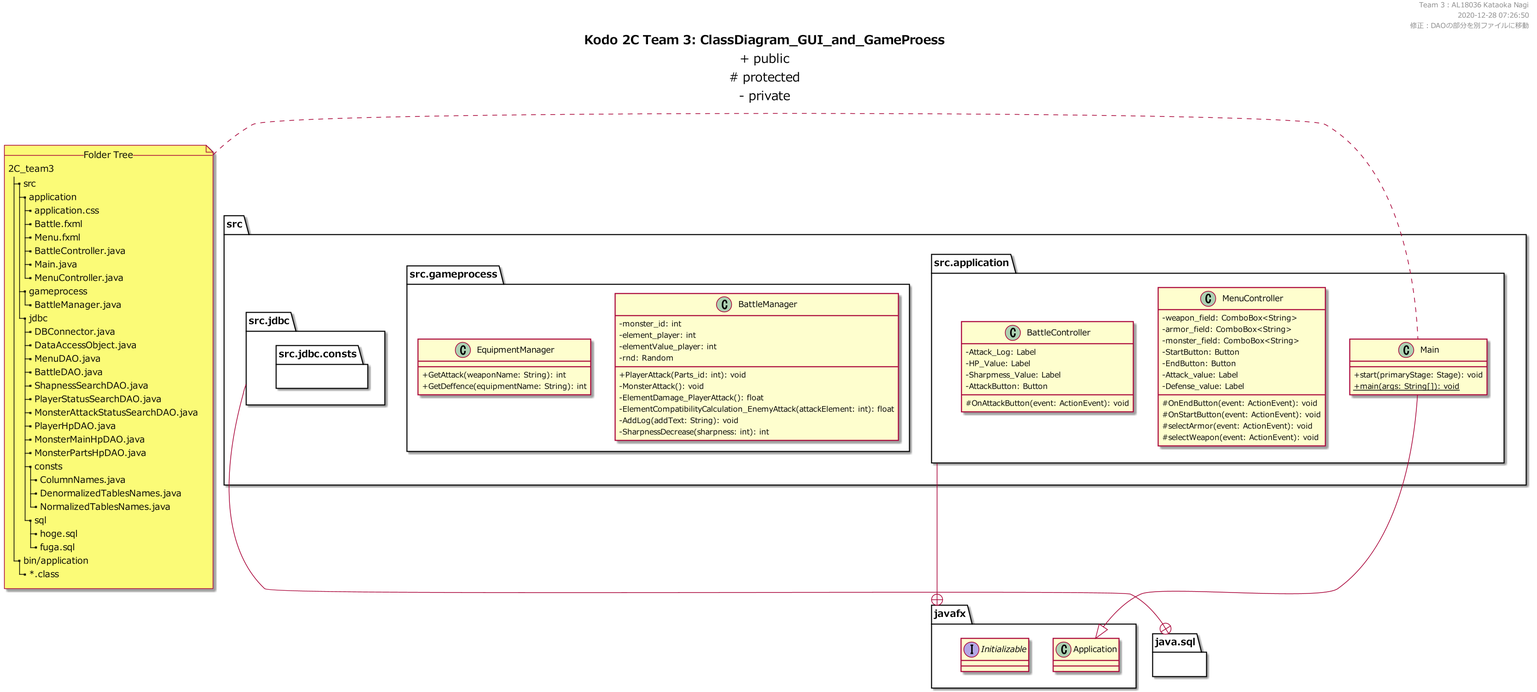
Earlier version of the PlantUML export uml/out/ClassDiagram_GUI_and_GameProess.png (KataokaNagi/2C_team3).
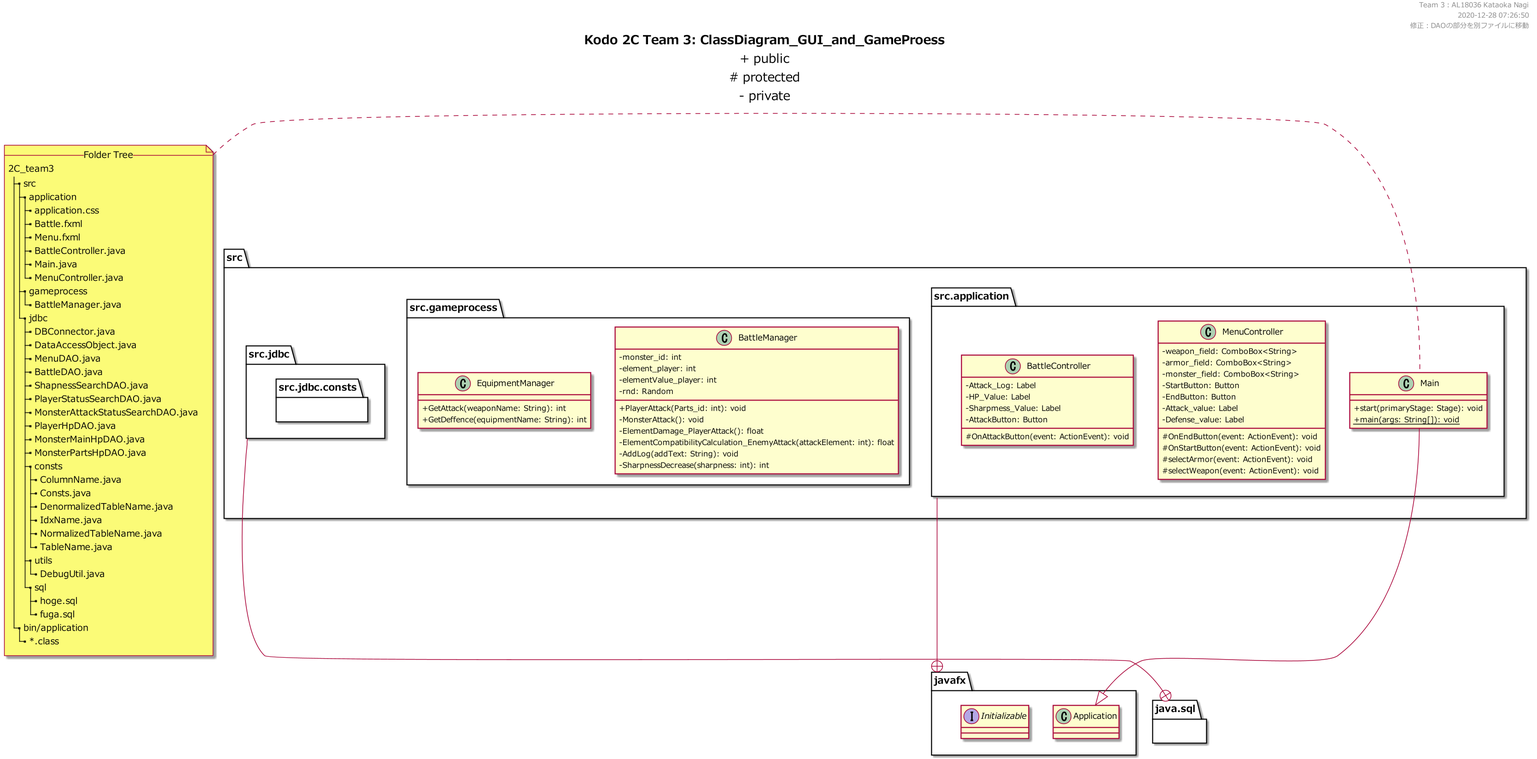
The same diagram one commit later.

Diff of the diagram source:
```diff
@@ -55,9 +55,14 @@
       |_ MonsterMainHpDAO.java
       |_ MonsterPartsHpDAO.java
       |_ consts
-        |_ ColumnNames.java
-        |_ DenormalizedTablesNames.java
-        |_ NormalizedTablesNames.java
+        |_ ColumnName.java
+        |_ Consts.java
+        |_ DenormalizedTableName.java
+        |_ IdxName.java
+        |_ NormalizedTableName.java
+        |_ TableName.java
+      |_ utils
+        |_ DebugUtil.java
       |_ sql
         |_ hoge.sql
         |_ fuga.sql
```
